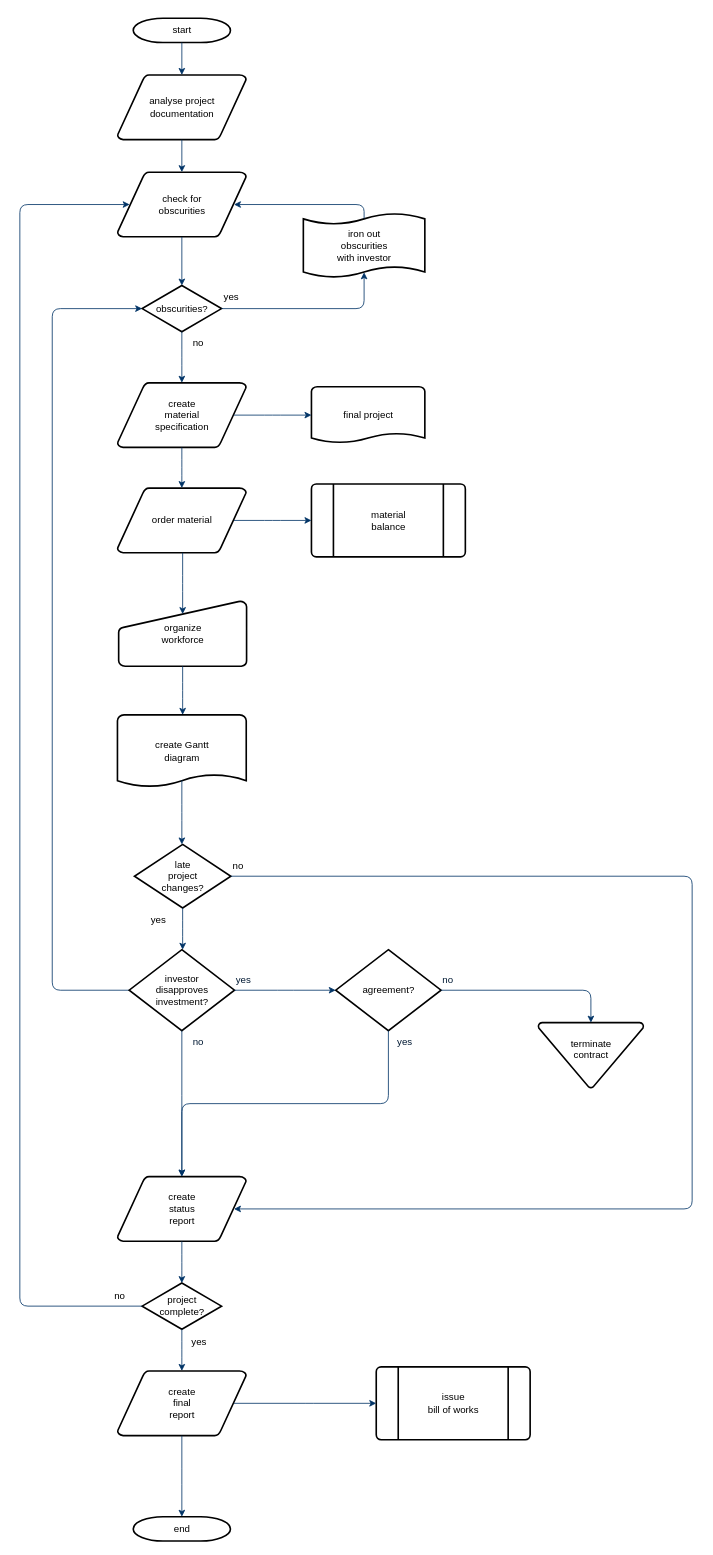
Earlier version of the draw.io diagram Untitled Diagram.drawio (khofstadter/bcmi-flowchart). Source tidied: cells renumbered, new cells numbered last; positions are measured from the earlier drawing's top-left corner, leaving out a move shared by most shapes. Both pictures are drawn from the tidied source at 81%, with x=0, y=0 at pixel (19, 18).
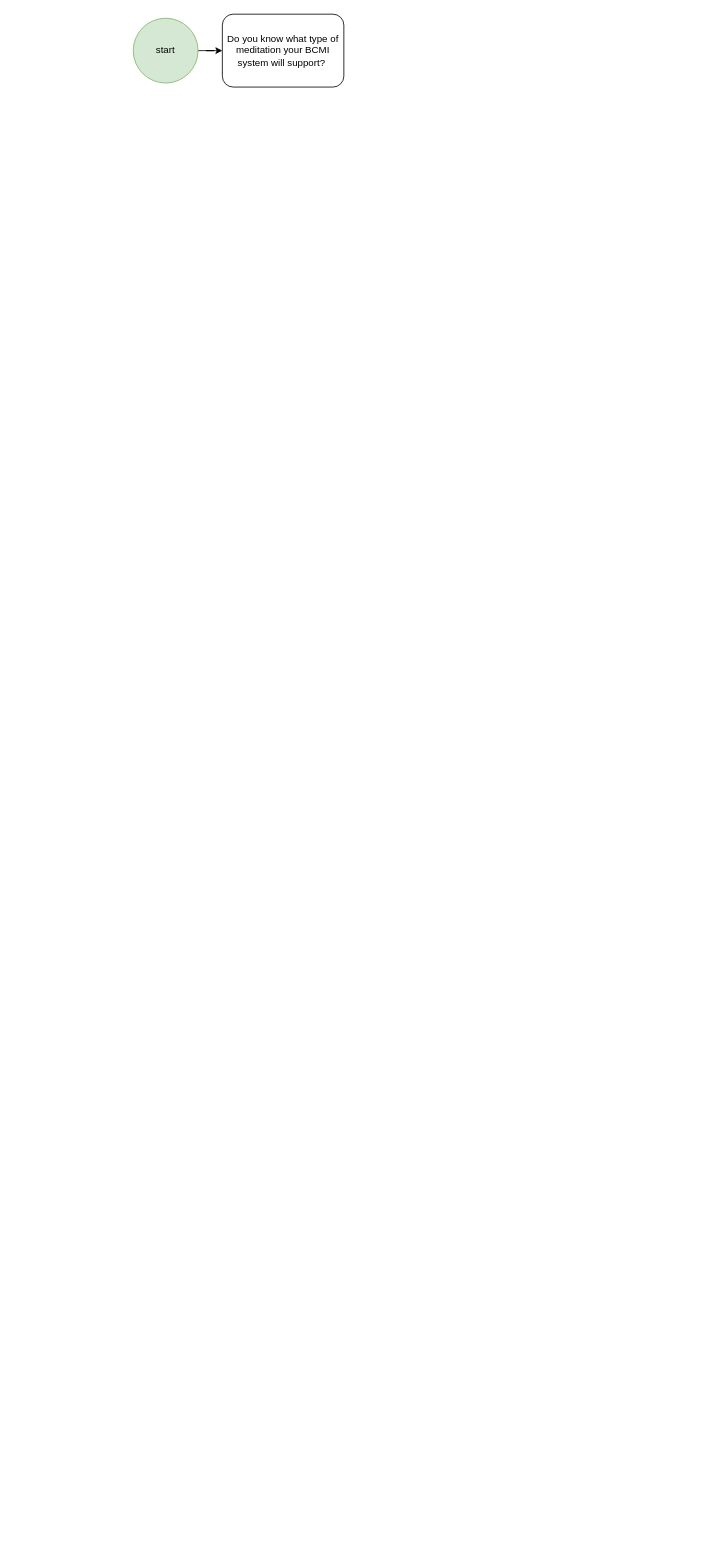
Above is the later version.

The edit, as a diff of the source:
```diff
@@
+    <mxCell id="56" style="edgeStyle=orthogonalEdgeStyle;rounded=0;jettySize=auto;html=1;" parent="1" edge="1" source="2" target="57">
+      <mxGeometry relative="1" as="geometry" />
+    </mxCell>
-    <mxCell id="2" value="start" style="shape=mxgraph.flowchart.terminator;strokeWidth=2;gradientColor=none;gradientDirection=north;fontStyle=0;html=1;" parent="1" vertex="1">
-      <mxGeometry x="140" width="120" height="30" as="geometry" />
+    <mxCell id="2" value="start" style="ellipse;whiteSpace=wrap;html=1;fillColor=#d5e8d4;strokeColor=#82b366;" parent="1" vertex="1">
+      <mxGeometry x="140" width="80" height="80" as="geometry" />
     </mxCell>
-    <mxCell id="3" value="analyse project&#10; documentation" style="shape=mxgraph.flowchart.data;strokeWidth=2;gradientColor=none;gradientDirection=north;fontStyle=0;html=1;" parent="1" vertex="1">
-      <mxGeometry x="120.5" y="70" width="159" height="80" as="geometry" />
-    </mxCell>
-    <mxCell id="4" value="create&#10;material&#10;specification" style="shape=mxgraph.flowchart.data;strokeWidth=2;gradientColor=none;gradientDirection=north;fontStyle=0;html=1;" parent="1" vertex="1">
-      <mxGeometry x="120.5" y="450" width="159" height="80" as="geometry" />
-    </mxCell>
-    <mxCell id="5" value="check for&#10;obscurities" style="shape=mxgraph.flowchart.data;strokeWidth=2;gradientColor=none;gradientDirection=north;fontStyle=0;html=1;" parent="1" vertex="1">
-      <mxGeometry x="120.5" y="190" width="159" height="80" as="geometry" />
-    </mxCell>
-    <mxCell id="6" value="obscurities?" style="shape=mxgraph.flowchart.decision;strokeWidth=2;gradientColor=none;gradientDirection=north;fontStyle=0;html=1;" parent="1" vertex="1">
-      <mxGeometry x="151" y="330" width="98" height="57" as="geometry" />
-    </mxCell>
-    <mxCell id="7" style="fontStyle=1;strokeColor=#003366;strokeWidth=1;html=1;" parent="1" edge="1" source="2" target="3">
-      <mxGeometry relative="1" as="geometry" />
-    </mxCell>
-    <mxCell id="8" style="fontStyle=1;strokeColor=#003366;strokeWidth=1;html=1;" parent="1" edge="1" source="3" target="5">
-      <mxGeometry relative="1" as="geometry" />
-    </mxCell>
-    <mxCell id="9" style="entryX=0.5;entryY=0;entryPerimeter=0;fontStyle=1;strokeColor=#003366;strokeWidth=1;html=1;" parent="1" edge="1" source="5" target="6">
-      <mxGeometry relative="1" as="geometry" />
-    </mxCell>
-    <mxCell id="10" style="edgeStyle=elbowEdgeStyle;elbow=horizontal;entryX=0.5;entryY=0.91;entryPerimeter=0;exitX=1;exitY=0.5;exitPerimeter=0;fontStyle=1;strokeColor=#003366;strokeWidth=1;html=1;" parent="1" edge="1" source="6" target="51">
-      <mxGeometry x="381" y="28.5" as="geometry">
-        <Array as="points">
-          <mxPoint x="425" y="340" />
-        </Array>
-      </mxGeometry>
-    </mxCell>
-    <mxCell id="11" value="yes" style="text;fontStyle=0;html=1;strokeColor=none;gradientColor=none;fillColor=none;strokeWidth=2;" parent="1" vertex="1">
-      <mxGeometry x="250" y="330" width="40" height="26" as="geometry" />
-    </mxCell>
-    <mxCell id="12" style="edgeStyle=elbowEdgeStyle;elbow=horizontal;fontColor=#001933;fontStyle=1;strokeColor=#003366;strokeWidth=1;html=1;" parent="1" edge="1" source="6" target="4">
-      <mxGeometry as="geometry" />
-    </mxCell>
-    <mxCell id="13" value="order material" style="shape=mxgraph.flowchart.data;strokeWidth=2;gradientColor=none;gradientDirection=north;fontStyle=0;html=1;" parent="1" vertex="1">
-      <mxGeometry x="120.5" y="580" width="159" height="80" as="geometry" />
-    </mxCell>
-    <mxCell id="14" value="no" style="text;fontStyle=0;html=1;strokeColor=none;gradientColor=none;fillColor=none;strokeWidth=2;align=center;" parent="1" vertex="1">
-      <mxGeometry x="200" y="387" width="40" height="26" as="geometry" />
-    </mxCell>
-    <mxCell id="15" value="final project" style="shape=mxgraph.flowchart.document;strokeWidth=2;gradientColor=none;gradientDirection=north;fontStyle=0;html=1;" parent="1" vertex="1">
-      <mxGeometry x="360" y="455" width="140" height="70" as="geometry" />
-    </mxCell>
-    <mxCell id="16" style="edgeStyle=elbowEdgeStyle;elbow=horizontal;exitX=0.905;exitY=0.5;exitPerimeter=0;fontStyle=1;strokeColor=#003366;strokeWidth=1;html=1;" parent="1" edge="1" source="4" target="15">
-      <mxGeometry as="geometry" />
-    </mxCell>
-    <mxCell id="17" style="edgeStyle=elbowEdgeStyle;elbow=horizontal;fontStyle=1;strokeColor=#003366;strokeWidth=1;html=1;" parent="1" edge="1" source="4" target="13">
-      <mxGeometry as="geometry" />
-    </mxCell>
-    <mxCell id="18" value="material&#10;balance" style="shape=mxgraph.flowchart.predefined_process;strokeWidth=2;gradientColor=none;gradientDirection=north;fontStyle=0;html=1;" parent="1" vertex="1">
-      <mxGeometry x="360" y="575" width="190" height="90" as="geometry" />
-    </mxCell>
-    <mxCell id="19" style="edgeStyle=elbowEdgeStyle;elbow=horizontal;exitX=0.905;exitY=0.5;exitPerimeter=0;fontStyle=1;strokeColor=#003366;strokeWidth=1;html=1;" parent="1" edge="1" source="13" target="18">
-      <mxGeometry as="geometry" />
-    </mxCell>
-    <mxCell id="20" value="organize &#10;workforce" style="shape=mxgraph.flowchart.manual_input;strokeWidth=2;gradientColor=none;gradientDirection=north;fontStyle=0;html=1;" parent="1" vertex="1">
-      <mxGeometry x="122" y="720" width="158" height="80" as="geometry" />
-    </mxCell>
-    <mxCell id="21" style="edgeStyle=elbowEdgeStyle;elbow=horizontal;entryX=0.5;entryY=0.195;entryPerimeter=0;fontStyle=1;strokeColor=#003366;strokeWidth=1;html=1;" parent="1" edge="1" source="13" target="20">
-      <mxGeometry as="geometry" />
-    </mxCell>
-    <mxCell id="22" value="create Gantt&#10;diagram" style="shape=mxgraph.flowchart.document;strokeWidth=2;gradientColor=none;gradientDirection=north;fontStyle=0;html=1;" parent="1" vertex="1">
-      <mxGeometry x="120.5" y="860" width="159" height="90" as="geometry" />
-    </mxCell>
-    <mxCell id="23" style="edgeStyle=elbowEdgeStyle;elbow=horizontal;exitX=0.5;exitY=1;exitPerimeter=0;fontStyle=1;strokeColor=#003366;strokeWidth=1;html=1;" parent="1" edge="1" source="20" target="22">
-      <mxGeometry as="geometry" />
-    </mxCell>
-    <mxCell id="24" value="late&#10;project&#10;changes?" style="shape=mxgraph.flowchart.decision;strokeWidth=2;gradientColor=none;gradientDirection=north;fontStyle=0;html=1;" parent="1" vertex="1">
-      <mxGeometry x="141.5" y="1020" width="119" height="78.5" as="geometry" />
-    </mxCell>
-    <mxCell id="25" style="edgeStyle=elbowEdgeStyle;elbow=horizontal;exitX=0.5;exitY=0.9;exitPerimeter=0;fontStyle=1;strokeColor=#003366;strokeWidth=1;html=1;" parent="1" edge="1" source="22" target="24">
-      <mxGeometry as="geometry" />
-    </mxCell>
-    <mxCell id="26" style="edgeStyle=elbowEdgeStyle;elbow=horizontal;exitX=0;exitY=0.5;exitPerimeter=0;entryX=0;entryY=0.5;entryPerimeter=0;fontStyle=1;strokeColor=#003366;strokeWidth=1;html=1;" parent="1" edge="1" source="28" target="6">
-      <mxGeometry as="geometry">
-        <Array as="points">
-          <mxPoint x="40" y="790" />
-        </Array>
-      </mxGeometry>
-    </mxCell>
-    <mxCell id="27" value="yes" style="text;fontStyle=0;html=1;strokeColor=none;gradientColor=none;fillColor=none;strokeWidth=2;" parent="1" vertex="1">
-      <mxGeometry x="160" y="1098.5" width="40" height="26" as="geometry" />
-    </mxCell>
-    <mxCell id="28" value="investor&#10;disapproves&#10; investment?" style="shape=mxgraph.flowchart.decision;strokeWidth=2;gradientColor=none;gradientDirection=north;fontStyle=0;html=1;" parent="1" vertex="1">
-      <mxGeometry x="135" y="1150" width="130" height="100" as="geometry" />
-    </mxCell>
-    <mxCell id="29" value="agreement?" style="shape=mxgraph.flowchart.decision;strokeWidth=2;gradientColor=none;gradientDirection=north;fontStyle=0;html=1;" parent="1" vertex="1">
-      <mxGeometry x="390" y="1150" width="130" height="100" as="geometry" />
-    </mxCell>
-    <mxCell id="30" style="edgeStyle=elbowEdgeStyle;elbow=horizontal;exitX=0.5;exitY=1;exitPerimeter=0;fontStyle=1;strokeColor=#003366;strokeWidth=1;html=1;" parent="1" edge="1" source="24" target="28">
-      <mxGeometry as="geometry" />
-    </mxCell>
-    <mxCell id="31" style="edgeStyle=elbowEdgeStyle;elbow=horizontal;exitX=1;exitY=0.5;exitPerimeter=0;entryX=0;entryY=0.5;entryPerimeter=0;fontStyle=1;strokeColor=#003366;strokeWidth=1;html=1;" parent="1" edge="1" source="28" target="29">
-      <mxGeometry as="geometry" />
-    </mxCell>
-    <mxCell id="32" value="terminate&#10;contract&#10;" style="shape=mxgraph.flowchart.merge_or_storage;strokeWidth=2;gradientColor=none;gradientDirection=north;fontStyle=0;html=1;" parent="1" vertex="1">
-      <mxGeometry x="640" y="1240" width="130" height="80.5" as="geometry" />
-    </mxCell>
-    <mxCell id="33" style="edgeStyle=elbowEdgeStyle;elbow=vertical;exitX=1;exitY=0.5;exitPerimeter=0;entryX=0.5;entryY=0;entryPerimeter=0;fontStyle=1;strokeColor=#003366;strokeWidth=1;html=1;" parent="1" edge="1" source="29" target="32">
-      <mxGeometry as="geometry">
-        <Array as="points">
-          <mxPoint x="620" y="1200" />
-        </Array>
-      </mxGeometry>
-    </mxCell>
-    <mxCell id="34" value="create&#10;status&#10;report" style="shape=mxgraph.flowchart.data;strokeWidth=2;gradientColor=none;gradientDirection=north;fontStyle=0;html=1;" parent="1" vertex="1">
-      <mxGeometry x="120.5" y="1430" width="159" height="80" as="geometry" />
-    </mxCell>
-    <mxCell id="35" style="edgeStyle=elbowEdgeStyle;elbow=vertical;exitX=0.5;exitY=1;exitPerimeter=0;fontColor=#001933;fontStyle=1;strokeColor=#003366;strokeWidth=1;html=1;" parent="1" edge="1" source="28" target="34">
-      <mxGeometry as="geometry" />
-    </mxCell>
-    <mxCell id="36" style="edgeStyle=elbowEdgeStyle;elbow=vertical;exitX=0.5;exitY=1;exitPerimeter=0;entryX=0.5;entryY=0;entryPerimeter=0;fontStyle=1;strokeColor=#003366;strokeWidth=1;html=1;" parent="1" edge="1" source="29" target="34">
-      <mxGeometry as="geometry" />
-    </mxCell>
-    <mxCell id="37" value="project&#10;complete?" style="shape=mxgraph.flowchart.decision;strokeWidth=2;gradientColor=none;gradientDirection=north;fontStyle=0;html=1;" parent="1" vertex="1">
-      <mxGeometry x="151" y="1561.5" width="98" height="57" as="geometry" />
-    </mxCell>
-    <mxCell id="38" value="create&#10;final&#10;report" style="shape=mxgraph.flowchart.data;strokeWidth=2;gradientColor=none;gradientDirection=north;fontStyle=0;html=1;" parent="1" vertex="1">
-      <mxGeometry x="120.5" y="1670" width="159" height="80" as="geometry" />
-    </mxCell>
-    <mxCell id="39" value="issue&#10;bill of works" style="shape=mxgraph.flowchart.predefined_process;strokeWidth=2;gradientColor=none;gradientDirection=north;fontStyle=0;html=1;" parent="1" vertex="1">
-      <mxGeometry x="440" y="1665" width="190" height="90" as="geometry" />
-    </mxCell>
-    <mxCell id="40" value="end" style="shape=mxgraph.flowchart.terminator;strokeWidth=2;gradientColor=none;gradientDirection=north;fontStyle=0;html=1;" parent="1" vertex="1">
-      <mxGeometry x="140" y="1850" width="120" height="30" as="geometry" />
-    </mxCell>
-    <mxCell id="41" style="edgeStyle=elbowEdgeStyle;elbow=vertical;exitX=0.5;exitY=1;exitPerimeter=0;entryX=0.5;entryY=0;entryPerimeter=0;fontStyle=1;strokeColor=#003366;strokeWidth=1;html=1;" parent="1" edge="1" source="34" target="37">
-      <mxGeometry as="geometry" />
-    </mxCell>
-    <mxCell id="42" style="edgeStyle=elbowEdgeStyle;elbow=vertical;exitX=0.5;exitY=1;exitPerimeter=0;entryX=0.5;entryY=0;entryPerimeter=0;fontStyle=1;strokeColor=#003366;strokeWidth=1;html=1;" parent="1" edge="1" source="37" target="38">
-      <mxGeometry as="geometry" />
-    </mxCell>
-    <mxCell id="43" style="edgeStyle=elbowEdgeStyle;elbow=vertical;exitX=0.5;exitY=1;exitPerimeter=0;entryX=0.5;entryY=0;entryPerimeter=0;fontStyle=1;strokeColor=#003366;strokeWidth=1;html=1;" parent="1" edge="1" source="38" target="40">
-      <mxGeometry as="geometry" />
-    </mxCell>
-    <mxCell id="44" style="edgeStyle=elbowEdgeStyle;elbow=vertical;exitX=0.905;exitY=0.5;exitPerimeter=0;entryX=0;entryY=0.5;entryPerimeter=0;fontStyle=1;strokeColor=#003366;strokeWidth=1;html=1;" parent="1" edge="1" source="38" target="39">
-      <mxGeometry as="geometry" />
-    </mxCell>
-    <mxCell id="45" style="edgeStyle=elbowEdgeStyle;elbow=horizontal;exitX=1;exitY=0.5;exitPerimeter=0;entryX=0.905;entryY=0.5;entryPerimeter=0;fontStyle=1;strokeColor=#003366;strokeWidth=1;html=1;" parent="1" edge="1" source="24" target="34">
-      <mxGeometry as="geometry">
-        <Array as="points">
-          <mxPoint x="830" y="1260" />
-        </Array>
-      </mxGeometry>
-    </mxCell>
-    <mxCell id="46" value="no" style="text;fontStyle=0;html=1;strokeColor=none;gradientColor=none;fillColor=none;strokeWidth=2;" parent="1" vertex="1">
-      <mxGeometry x="260.5" y="1033.2" width="40" height="26" as="geometry" />
-    </mxCell>
-    <mxCell id="47" value="yes" style="text;fontColor=#001933;fontStyle=0;html=1;strokeColor=none;gradientColor=none;fillColor=none;strokeWidth=2;" parent="1" vertex="1">
-      <mxGeometry x="265" y="1174" width="40" height="26" as="geometry" />
-    </mxCell>
-    <mxCell id="48" value="no" style="text;fontColor=#001933;fontStyle=0;html=1;strokeColor=none;gradientColor=none;fillColor=none;strokeWidth=2;align=center;" parent="1" vertex="1">
-      <mxGeometry x="200" y="1250" width="40" height="26" as="geometry" />
-    </mxCell>
-    <mxCell id="49" value="yes" style="text;fontColor=#001933;fontStyle=0;html=1;strokeColor=none;gradientColor=none;fillColor=none;strokeWidth=2;align=center;" parent="1" vertex="1">
-      <mxGeometry x="455" y="1250" width="40" height="26" as="geometry" />
-    </mxCell>
-    <mxCell id="50" value="no" style="text;fontColor=#001933;fontStyle=0;html=1;strokeColor=none;gradientColor=none;fillColor=none;strokeWidth=2;" parent="1" vertex="1">
-      <mxGeometry x="520" y="1174" width="40" height="26" as="geometry" />
-    </mxCell>
-    <mxCell id="51" value="iron out&#10;obscurities &#10;with investor" style="shape=mxgraph.flowchart.paper_tape;strokeWidth=2;gradientColor=none;gradientDirection=north;fontStyle=0;html=1;" parent="1" vertex="1">
-      <mxGeometry x="350" y="240" width="150" height="81" as="geometry" />
-    </mxCell>
-    <mxCell id="52" style="edgeStyle=elbowEdgeStyle;elbow=horizontal;exitX=0.5;exitY=0.09;exitPerimeter=0;entryX=0.905;entryY=0.5;entryPerimeter=0;fontStyle=1;strokeColor=#003366;strokeWidth=1;html=1;" parent="1" edge="1" source="51" target="5">
-      <mxGeometry as="geometry">
-        <Array as="points">
-          <mxPoint x="425" y="240" />
-        </Array>
-      </mxGeometry>
-    </mxCell>
-    <mxCell id="53" value="yes" style="text;fontStyle=0;html=1;strokeColor=none;gradientColor=none;fillColor=none;strokeWidth=2;align=center;" parent="1" vertex="1">
-      <mxGeometry x="201" y="1620" width="40" height="26" as="geometry" />
-    </mxCell>
-    <mxCell id="54" style="edgeStyle=elbowEdgeStyle;elbow=horizontal;exitX=0;exitY=0.5;exitPerimeter=0;entryX=0.095;entryY=0.5;entryPerimeter=0;fontStyle=1;strokeColor=#003366;strokeWidth=1;html=1;" parent="1" edge="1" source="37" target="5">
-      <mxGeometry as="geometry">
-        <Array as="points">
-          <mxPoint y="910" />
-        </Array>
-      </mxGeometry>
-    </mxCell>
-    <mxCell id="55" value="no" style="text;fontStyle=0;html=1;strokeColor=none;gradientColor=none;fillColor=none;strokeWidth=2;" parent="1" vertex="1">
-      <mxGeometry x="115" y="1564" width="40" height="26" as="geometry" />
-    </mxCell>
+    <mxCell id="57" value="Do you know what type of meditation your BCMI system will support?&amp;nbsp;" style="whiteSpace=wrap;html=1;rounded=1;glass=0;shadow=0;sketch=0;" parent="1" vertex="1">
+      <mxGeometry x="250" y="-5" width="150" height="90" as="geometry" />
+    </mxCell>
```
